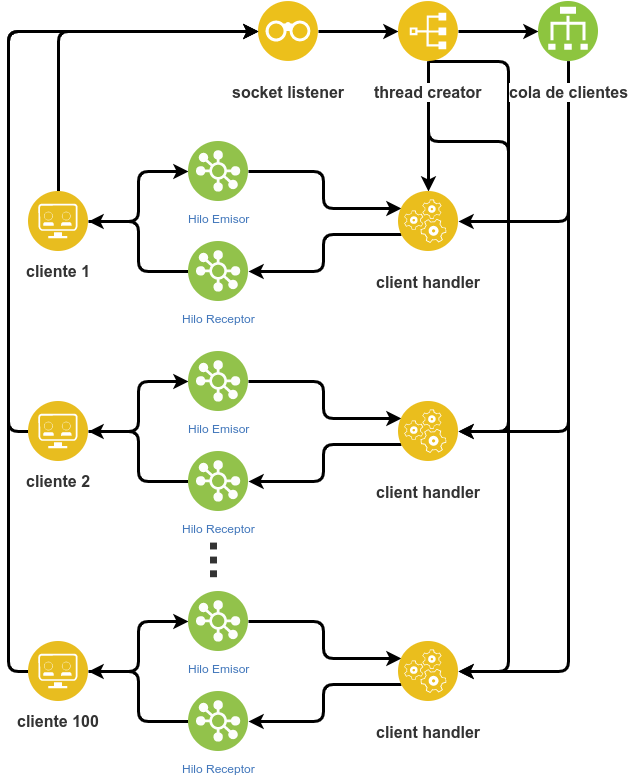
Before: media/Sala de chat en C-esquema del sistema.png, a diagram exported from draw.io (MrRomo/C-Chatroom). Source tidied: cells renumbered, new cells last; positions are measured from the earlier drawing's top-left corner, leaving out a move shared by most shapes. The source it was exported from:
```xml
<mxGraphModel>
  <root>
    <mxCell id="0" />
    <mxCell id="1" parent="0" />
    <mxCell id="2" style="edgeStyle=orthogonalEdgeStyle;jettySize=auto;html=1;exitX=1;exitY=0.5;exitDx=0;exitDy=0;entryX=0;entryY=0.25;entryDx=0;entryDy=0;strokeWidth=3;fontSize=16;fontColor=#333333;" parent="1" edge="1" source="19" target="14">
      <mxGeometry relative="1" as="geometry" />
    </mxCell>
    <mxCell id="3" style="edgeStyle=orthogonalEdgeStyle;jettySize=auto;html=1;exitX=1;exitY=0.5;exitDx=0;exitDy=0;strokeWidth=3;fontSize=16;fontColor=#333333;" parent="1" edge="1" source="5" target="19">
      <mxGeometry relative="1" as="geometry" />
    </mxCell>
    <mxCell id="4" style="edgeStyle=orthogonalEdgeStyle;jettySize=auto;html=1;exitX=0.5;exitY=0;exitDx=0;exitDy=0;entryX=0;entryY=0.5;entryDx=0;entryDy=0;strokeWidth=3;fontSize=16;fontColor=#333333;" parent="1" edge="1" source="5" target="7">
      <mxGeometry relative="1" as="geometry" />
    </mxCell>
    <mxCell id="5" value="cliente 1" style="perimeter=ellipsePerimeter;html=1;align=center;shadow=0;dashed=0;fontColor=#333333;labelBackgroundColor=#ffffff;fontSize=16;spacingTop=3;image;image=img/lib/ibm/applications/api_developer_portal.svg;fontStyle=1;" parent="1" vertex="1">
      <mxGeometry y="190" width="60" height="60" as="geometry" />
    </mxCell>
    <mxCell id="6" style="edgeStyle=orthogonalEdgeStyle;rounded=1;jettySize=auto;html=1;exitX=1;exitY=0.5;exitDx=0;exitDy=0;strokeWidth=3;fontSize=16;fontColor=#333333;fontStyle=1;" parent="1" edge="1" source="7" target="12">
      <mxGeometry relative="1" as="geometry" />
    </mxCell>
    <mxCell id="7" value="socket listener" style="perimeter=ellipsePerimeter;html=1;align=center;fontColor=#333333;labelBackgroundColor=#ffffff;fontSize=16;image;image=img/lib/ibm/applications/visual_recognition.svg;rounded=1;fontStyle=1;verticalAlign=middle;strokeWidth=3;endArrow=classic;" parent="1" vertex="1">
      <mxGeometry x="230" width="60" height="60" as="geometry" />
    </mxCell>
    <mxCell id="8" style="edgeStyle=orthogonalEdgeStyle;rounded=1;jettySize=auto;html=1;exitX=0.5;exitY=1;exitDx=0;exitDy=0;entryX=0.5;entryY=0;entryDx=0;entryDy=0;strokeWidth=3;fontSize=16;fontColor=#333333;fontStyle=1;" parent="1" edge="1" source="12" target="14">
      <mxGeometry relative="1" as="geometry" />
    </mxCell>
    <mxCell id="9" style="edgeStyle=orthogonalEdgeStyle;rounded=1;jettySize=auto;html=1;exitX=1;exitY=0.5;exitDx=0;exitDy=0;entryX=0;entryY=0.5;entryDx=0;entryDy=0;strokeWidth=3;fontSize=16;fontColor=#333333;fontStyle=1;" parent="1" edge="1" source="12" target="18">
      <mxGeometry relative="1" as="geometry" />
    </mxCell>
    <mxCell id="10" style="edgeStyle=orthogonalEdgeStyle;jettySize=auto;html=1;exitX=0.5;exitY=1;exitDx=0;exitDy=0;entryX=1;entryY=0.5;entryDx=0;entryDy=0;strokeWidth=3;fontSize=16;fontColor=#333333;" parent="1" edge="1" source="12" target="27">
      <mxGeometry relative="1" as="geometry">
        <Array as="points">
          <mxPoint x="400" y="140" />
          <mxPoint x="480" y="140" />
          <mxPoint x="480" y="430" />
        </Array>
      </mxGeometry>
    </mxCell>
    <mxCell id="11" style="edgeStyle=orthogonalEdgeStyle;jettySize=auto;html=1;exitX=0.5;exitY=1;exitDx=0;exitDy=0;strokeWidth=3;fontSize=50;fontColor=#333333;" parent="1" edge="1" source="12" target="36">
      <mxGeometry relative="1" as="geometry">
        <Array as="points">
          <mxPoint x="480" y="60" />
          <mxPoint x="480" y="670" />
        </Array>
      </mxGeometry>
    </mxCell>
    <mxCell id="12" value="thread creator" style="perimeter=ellipsePerimeter;html=1;align=center;fontColor=#333333;labelBackgroundColor=#ffffff;fontSize=16;image;image=img/lib/ibm/applications/index.svg;rounded=1;fontStyle=1;verticalAlign=middle;strokeWidth=3;endArrow=classic;" parent="1" vertex="1">
      <mxGeometry x="370" width="60" height="60" as="geometry" />
    </mxCell>
    <mxCell id="13" style="edgeStyle=orthogonalEdgeStyle;jettySize=auto;html=1;exitX=0;exitY=0.75;exitDx=0;exitDy=0;strokeWidth=3;fontSize=16;fontColor=#333333;" parent="1" edge="1" source="14" target="21">
      <mxGeometry relative="1" as="geometry" />
    </mxCell>
    <mxCell id="14" value="client handler" style="perimeter=ellipsePerimeter;html=1;align=center;fontColor=#333333;labelBackgroundColor=#ffffff;fontSize=16;image;image=img/lib/ibm/applications/runtime_services.svg;rounded=1;fontStyle=1;verticalAlign=middle;strokeWidth=3;endArrow=classic;" parent="1" vertex="1">
      <mxGeometry x="370" y="190" width="60" height="60" as="geometry" />
    </mxCell>
    <mxCell id="15" style="edgeStyle=orthogonalEdgeStyle;jettySize=auto;html=1;exitX=0.5;exitY=1;exitDx=0;exitDy=0;entryX=1;entryY=0.5;entryDx=0;entryDy=0;strokeWidth=3;fontSize=50;fontColor=#333333;" parent="1" edge="1" source="18" target="14">
      <mxGeometry relative="1" as="geometry" />
    </mxCell>
    <mxCell id="16" style="edgeStyle=orthogonalEdgeStyle;jettySize=auto;html=1;exitX=0.5;exitY=1;exitDx=0;exitDy=0;entryX=1;entryY=0.5;entryDx=0;entryDy=0;strokeWidth=3;fontSize=50;fontColor=#333333;" parent="1" edge="1" source="18" target="27">
      <mxGeometry relative="1" as="geometry" />
    </mxCell>
    <mxCell id="17" style="edgeStyle=orthogonalEdgeStyle;jettySize=auto;html=1;exitX=0.5;exitY=1;exitDx=0;exitDy=0;entryX=1;entryY=0.5;entryDx=0;entryDy=0;strokeWidth=3;fontSize=50;fontColor=#333333;" parent="1" edge="1" source="18" target="36">
      <mxGeometry relative="1" as="geometry" />
    </mxCell>
    <mxCell id="18" value="cola de clientes" style="perimeter=ellipsePerimeter;html=1;align=center;fontColor=#333333;labelBackgroundColor=#ffffff;fontSize=16;image;image=img/lib/ibm/vpc/LoadBalancer.svg;rounded=1;fontStyle=1;verticalAlign=middle;strokeWidth=3;endArrow=classic;" parent="1" vertex="1">
      <mxGeometry x="510" width="60" height="60" as="geometry" />
    </mxCell>
    <mxCell id="19" value="Hilo Emisor" style="perimeter=ellipsePerimeter;html=1;align=center;shadow=0;dashed=0;fontColor=#4277BB;labelBackgroundColor=#ffffff;fontSize=12;spacingTop=3;image;image=img/lib/ibm/vpc/LoadBalancerPool.svg;" parent="1" vertex="1">
      <mxGeometry x="160" y="140" width="60" height="60" as="geometry" />
    </mxCell>
    <mxCell id="20" style="edgeStyle=orthogonalEdgeStyle;jettySize=auto;html=1;exitX=0;exitY=0.5;exitDx=0;exitDy=0;entryX=1;entryY=0.5;entryDx=0;entryDy=0;strokeWidth=3;fontSize=16;fontColor=#333333;" parent="1" edge="1" source="21" target="5">
      <mxGeometry relative="1" as="geometry" />
    </mxCell>
    <mxCell id="21" value="Hilo Receptor" style="perimeter=ellipsePerimeter;html=1;align=center;shadow=0;dashed=0;fontColor=#4277BB;labelBackgroundColor=#ffffff;fontSize=12;spacingTop=3;image;image=img/lib/ibm/vpc/LoadBalancerPool.svg;" parent="1" vertex="1">
      <mxGeometry x="160" y="240" width="60" height="60" as="geometry" />
    </mxCell>
    <mxCell id="22" style="edgeStyle=orthogonalEdgeStyle;jettySize=auto;html=1;exitX=1;exitY=0.5;exitDx=0;exitDy=0;entryX=0;entryY=0.25;entryDx=0;entryDy=0;strokeWidth=3;fontSize=16;fontColor=#333333;" parent="1" edge="1" source="28" target="27">
      <mxGeometry relative="1" as="geometry" />
    </mxCell>
    <mxCell id="23" style="edgeStyle=orthogonalEdgeStyle;jettySize=auto;html=1;exitX=1;exitY=0.5;exitDx=0;exitDy=0;strokeWidth=3;fontSize=16;fontColor=#333333;" parent="1" edge="1" source="25" target="28">
      <mxGeometry relative="1" as="geometry" />
    </mxCell>
    <mxCell id="24" style="edgeStyle=orthogonalEdgeStyle;jettySize=auto;html=1;exitX=0;exitY=0.5;exitDx=0;exitDy=0;entryX=0;entryY=0.5;entryDx=0;entryDy=0;strokeWidth=3;fontSize=16;fontColor=#333333;" parent="1" edge="1" source="25" target="7">
      <mxGeometry relative="1" as="geometry" />
    </mxCell>
    <mxCell id="25" value="cliente 2" style="perimeter=ellipsePerimeter;html=1;align=center;shadow=0;dashed=0;fontColor=#333333;labelBackgroundColor=#ffffff;fontSize=16;spacingTop=3;image;image=img/lib/ibm/applications/api_developer_portal.svg;fontStyle=1;" parent="1" vertex="1">
      <mxGeometry y="400" width="60" height="60" as="geometry" />
    </mxCell>
    <mxCell id="26" style="edgeStyle=orthogonalEdgeStyle;jettySize=auto;html=1;exitX=0;exitY=0.75;exitDx=0;exitDy=0;strokeWidth=3;fontSize=16;fontColor=#333333;" parent="1" edge="1" source="27" target="30">
      <mxGeometry relative="1" as="geometry" />
    </mxCell>
    <mxCell id="27" value="client handler" style="perimeter=ellipsePerimeter;html=1;align=center;fontColor=#333333;labelBackgroundColor=#ffffff;fontSize=16;image;image=img/lib/ibm/applications/runtime_services.svg;rounded=1;fontStyle=1;verticalAlign=middle;strokeWidth=3;endArrow=classic;" parent="1" vertex="1">
      <mxGeometry x="370" y="400" width="60" height="60" as="geometry" />
    </mxCell>
    <mxCell id="28" value="Hilo Emisor" style="perimeter=ellipsePerimeter;html=1;align=center;shadow=0;dashed=0;fontColor=#4277BB;labelBackgroundColor=#ffffff;fontSize=12;spacingTop=3;image;image=img/lib/ibm/vpc/LoadBalancerPool.svg;" parent="1" vertex="1">
      <mxGeometry x="160" y="350" width="60" height="60" as="geometry" />
    </mxCell>
    <mxCell id="29" style="edgeStyle=orthogonalEdgeStyle;jettySize=auto;html=1;exitX=0;exitY=0.5;exitDx=0;exitDy=0;entryX=1;entryY=0.5;entryDx=0;entryDy=0;strokeWidth=3;fontSize=16;fontColor=#333333;" parent="1" edge="1" source="30" target="25">
      <mxGeometry relative="1" as="geometry" />
    </mxCell>
    <mxCell id="30" value="Hilo Receptor" style="perimeter=ellipsePerimeter;html=1;align=center;shadow=0;dashed=0;fontColor=#4277BB;labelBackgroundColor=#ffffff;fontSize=12;spacingTop=3;image;image=img/lib/ibm/vpc/LoadBalancerPool.svg;" parent="1" vertex="1">
      <mxGeometry x="160" y="450" width="60" height="60" as="geometry" />
    </mxCell>
    <mxCell id="31" style="edgeStyle=orthogonalEdgeStyle;jettySize=auto;html=1;exitX=1;exitY=0.5;exitDx=0;exitDy=0;entryX=0;entryY=0.25;entryDx=0;entryDy=0;strokeWidth=3;fontSize=16;fontColor=#333333;" parent="1" edge="1" source="37" target="36">
      <mxGeometry relative="1" as="geometry" />
    </mxCell>
    <mxCell id="32" style="edgeStyle=orthogonalEdgeStyle;jettySize=auto;html=1;exitX=1;exitY=0.5;exitDx=0;exitDy=0;strokeWidth=3;fontSize=16;fontColor=#333333;" parent="1" edge="1" source="34" target="37">
      <mxGeometry relative="1" as="geometry" />
    </mxCell>
    <mxCell id="33" style="edgeStyle=orthogonalEdgeStyle;jettySize=auto;html=1;exitX=0;exitY=0.5;exitDx=0;exitDy=0;strokeWidth=3;fontSize=50;fontColor=#333333;entryX=0;entryY=0.5;entryDx=0;entryDy=0;" parent="1" edge="1" source="34" target="7">
      <mxGeometry relative="1" as="geometry" />
    </mxCell>
    <mxCell id="34" value="cliente 100" style="perimeter=ellipsePerimeter;html=1;align=center;shadow=0;dashed=0;fontColor=#333333;labelBackgroundColor=#ffffff;fontSize=16;spacingTop=3;image;image=img/lib/ibm/applications/api_developer_portal.svg;fontStyle=1;" parent="1" vertex="1">
      <mxGeometry y="640" width="60" height="60" as="geometry" />
    </mxCell>
    <mxCell id="35" style="edgeStyle=orthogonalEdgeStyle;jettySize=auto;html=1;exitX=0;exitY=0.75;exitDx=0;exitDy=0;strokeWidth=3;fontSize=16;fontColor=#333333;" parent="1" edge="1" source="36" target="39">
      <mxGeometry relative="1" as="geometry" />
    </mxCell>
    <mxCell id="36" value="client handler" style="perimeter=ellipsePerimeter;html=1;align=center;fontColor=#333333;labelBackgroundColor=#ffffff;fontSize=16;image;image=img/lib/ibm/applications/runtime_services.svg;rounded=1;fontStyle=1;verticalAlign=middle;strokeWidth=3;endArrow=classic;" parent="1" vertex="1">
      <mxGeometry x="370" y="640" width="60" height="60" as="geometry" />
    </mxCell>
    <mxCell id="37" value="Hilo Emisor" style="perimeter=ellipsePerimeter;html=1;align=center;shadow=0;dashed=0;fontColor=#4277BB;labelBackgroundColor=#ffffff;fontSize=12;spacingTop=3;image;image=img/lib/ibm/vpc/LoadBalancerPool.svg;" parent="1" vertex="1">
      <mxGeometry x="160" y="590" width="60" height="60" as="geometry" />
    </mxCell>
    <mxCell id="38" style="edgeStyle=orthogonalEdgeStyle;jettySize=auto;html=1;exitX=0;exitY=0.5;exitDx=0;exitDy=0;entryX=1;entryY=0.5;entryDx=0;entryDy=0;strokeWidth=3;fontSize=16;fontColor=#333333;" parent="1" edge="1" source="39" target="34">
      <mxGeometry relative="1" as="geometry" />
    </mxCell>
    <mxCell id="39" value="Hilo Receptor" style="perimeter=ellipsePerimeter;html=1;align=center;shadow=0;dashed=0;fontColor=#4277BB;labelBackgroundColor=#ffffff;fontSize=12;spacingTop=3;image;image=img/lib/ibm/vpc/LoadBalancerPool.svg;" parent="1" vertex="1">
      <mxGeometry x="160" y="690" width="60" height="60" as="geometry" />
    </mxCell>
    <mxCell id="40" value="..." style="text;html=1;align=center;verticalAlign=middle;fontSize=50;fontColor=#333333;rotation=90;fontStyle=1;" parent="1" vertex="1">
      <mxGeometry x="170" y="524" width="60" height="70" as="geometry" />
    </mxCell>
  </root>
</mxGraphModel>
```
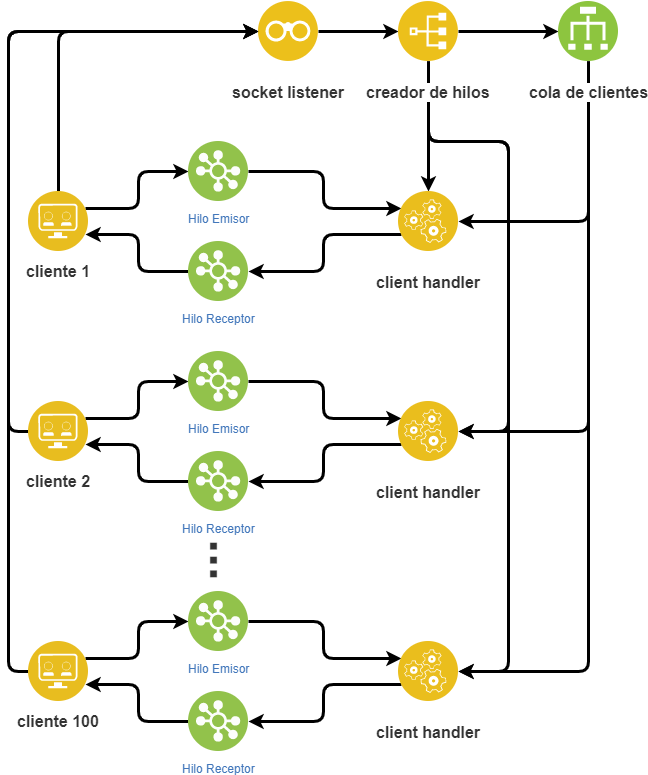
Above is the later version.

The edit, as a diff of the source:
```diff
@@ -5,7 +5,7 @@
     <mxCell id="2" style="edgeStyle=orthogonalEdgeStyle;jettySize=auto;html=1;exitX=1;exitY=0.5;exitDx=0;exitDy=0;entryX=0;entryY=0.25;entryDx=0;entryDy=0;strokeWidth=3;fontSize=16;fontColor=#333333;" parent="1" edge="1" source="19" target="14">
       <mxGeometry relative="1" as="geometry" />
     </mxCell>
-    <mxCell id="3" style="edgeStyle=orthogonalEdgeStyle;jettySize=auto;html=1;exitX=1;exitY=0.5;exitDx=0;exitDy=0;strokeWidth=3;fontSize=16;fontColor=#333333;" parent="1" edge="1" source="5" target="19">
+    <mxCell id="3" style="edgeStyle=orthogonalEdgeStyle;jettySize=auto;html=1;exitX=1;exitY=0.25;exitDx=0;exitDy=0;strokeWidth=3;fontSize=16;fontColor=#333333;" parent="1" edge="1" source="5" target="19">
       <mxGeometry relative="1" as="geometry" />
     </mxCell>
     <mxCell id="4" style="edgeStyle=orthogonalEdgeStyle;jettySize=auto;html=1;exitX=0.5;exitY=0;exitDx=0;exitDy=0;entryX=0;entryY=0.5;entryDx=0;entryDy=0;strokeWidth=3;fontSize=16;fontColor=#333333;" parent="1" edge="1" source="5" target="7">
@@ -38,12 +38,13 @@
     <mxCell id="11" style="edgeStyle=orthogonalEdgeStyle;jettySize=auto;html=1;exitX=0.5;exitY=1;exitDx=0;exitDy=0;strokeWidth=3;fontSize=50;fontColor=#333333;" parent="1" edge="1" source="12" target="36">
       <mxGeometry relative="1" as="geometry">
         <Array as="points">
-          <mxPoint x="480" y="60" />
+          <mxPoint x="400" y="140" />
+          <mxPoint x="480" y="140" />
           <mxPoint x="480" y="670" />
         </Array>
       </mxGeometry>
     </mxCell>
-    <mxCell id="12" value="thread creator" style="perimeter=ellipsePerimeter;html=1;align=center;fontColor=#333333;labelBackgroundColor=#ffffff;fontSize=16;image;image=img/lib/ibm/applications/index.svg;rounded=1;fontStyle=1;verticalAlign=middle;strokeWidth=3;endArrow=classic;" parent="1" vertex="1">
+    <mxCell id="12" value="creador de hilos" style="perimeter=ellipsePerimeter;html=1;align=center;fontColor=#333333;labelBackgroundColor=#ffffff;fontSize=16;image;image=img/lib/ibm/applications/index.svg;rounded=1;fontStyle=1;verticalAlign=middle;strokeWidth=3;endArrow=classic;" parent="1" vertex="1">
       <mxGeometry x="370" width="60" height="60" as="geometry" />
     </mxCell>
     <mxCell id="13" style="edgeStyle=orthogonalEdgeStyle;jettySize=auto;html=1;exitX=0;exitY=0.75;exitDx=0;exitDy=0;strokeWidth=3;fontSize=16;fontColor=#333333;" parent="1" edge="1" source="14" target="21">
@@ -62,12 +63,12 @@
       <mxGeometry relative="1" as="geometry" />
     </mxCell>
     <mxCell id="18" value="cola de clientes" style="perimeter=ellipsePerimeter;html=1;align=center;fontColor=#333333;labelBackgroundColor=#ffffff;fontSize=16;image;image=img/lib/ibm/vpc/LoadBalancer.svg;rounded=1;fontStyle=1;verticalAlign=middle;strokeWidth=3;endArrow=classic;" parent="1" vertex="1">
-      <mxGeometry x="510" width="60" height="60" as="geometry" />
+      <mxGeometry x="530" width="60" height="60" as="geometry" />
     </mxCell>
     <mxCell id="19" value="Hilo Emisor" style="perimeter=ellipsePerimeter;html=1;align=center;shadow=0;dashed=0;fontColor=#4277BB;labelBackgroundColor=#ffffff;fontSize=12;spacingTop=3;image;image=img/lib/ibm/vpc/LoadBalancerPool.svg;" parent="1" vertex="1">
       <mxGeometry x="160" y="140" width="60" height="60" as="geometry" />
     </mxCell>
-    <mxCell id="20" style="edgeStyle=orthogonalEdgeStyle;jettySize=auto;html=1;exitX=0;exitY=0.5;exitDx=0;exitDy=0;entryX=1;entryY=0.5;entryDx=0;entryDy=0;strokeWidth=3;fontSize=16;fontColor=#333333;" parent="1" edge="1" source="21" target="5">
+    <mxCell id="20" style="edgeStyle=orthogonalEdgeStyle;jettySize=auto;html=1;exitX=0;exitY=0.5;exitDx=0;exitDy=0;entryX=1;entryY=0.75;entryDx=0;entryDy=0;strokeWidth=3;fontSize=16;fontColor=#333333;" parent="1" edge="1" source="21" target="5">
       <mxGeometry relative="1" as="geometry" />
     </mxCell>
     <mxCell id="21" value="Hilo Receptor" style="perimeter=ellipsePerimeter;html=1;align=center;shadow=0;dashed=0;fontColor=#4277BB;labelBackgroundColor=#ffffff;fontSize=12;spacingTop=3;image;image=img/lib/ibm/vpc/LoadBalancerPool.svg;" parent="1" vertex="1">
@@ -76,7 +77,7 @@
     <mxCell id="22" style="edgeStyle=orthogonalEdgeStyle;jettySize=auto;html=1;exitX=1;exitY=0.5;exitDx=0;exitDy=0;entryX=0;entryY=0.25;entryDx=0;entryDy=0;strokeWidth=3;fontSize=16;fontColor=#333333;" parent="1" edge="1" source="28" target="27">
       <mxGeometry relative="1" as="geometry" />
     </mxCell>
-    <mxCell id="23" style="edgeStyle=orthogonalEdgeStyle;jettySize=auto;html=1;exitX=1;exitY=0.5;exitDx=0;exitDy=0;strokeWidth=3;fontSize=16;fontColor=#333333;" parent="1" edge="1" source="25" target="28">
+    <mxCell id="23" style="edgeStyle=orthogonalEdgeStyle;jettySize=auto;html=1;exitX=1;exitY=0.25;exitDx=0;exitDy=0;strokeWidth=3;fontSize=16;fontColor=#333333;" parent="1" edge="1" source="25" target="28">
       <mxGeometry relative="1" as="geometry" />
     </mxCell>
     <mxCell id="24" style="edgeStyle=orthogonalEdgeStyle;jettySize=auto;html=1;exitX=0;exitY=0.5;exitDx=0;exitDy=0;entryX=0;entryY=0.5;entryDx=0;entryDy=0;strokeWidth=3;fontSize=16;fontColor=#333333;" parent="1" edge="1" source="25" target="7">
@@ -94,7 +95,7 @@
     <mxCell id="28" value="Hilo Emisor" style="perimeter=ellipsePerimeter;html=1;align=center;shadow=0;dashed=0;fontColor=#4277BB;labelBackgroundColor=#ffffff;fontSize=12;spacingTop=3;image;image=img/lib/ibm/vpc/LoadBalancerPool.svg;" parent="1" vertex="1">
       <mxGeometry x="160" y="350" width="60" height="60" as="geometry" />
     </mxCell>
-    <mxCell id="29" style="edgeStyle=orthogonalEdgeStyle;jettySize=auto;html=1;exitX=0;exitY=0.5;exitDx=0;exitDy=0;entryX=1;entryY=0.5;entryDx=0;entryDy=0;strokeWidth=3;fontSize=16;fontColor=#333333;" parent="1" edge="1" source="30" target="25">
+    <mxCell id="29" style="edgeStyle=orthogonalEdgeStyle;jettySize=auto;html=1;exitX=0;exitY=0.5;exitDx=0;exitDy=0;entryX=1;entryY=0.75;entryDx=0;entryDy=0;strokeWidth=3;fontSize=16;fontColor=#333333;" parent="1" edge="1" source="30" target="25">
       <mxGeometry relative="1" as="geometry" />
     </mxCell>
     <mxCell id="30" value="Hilo Receptor" style="perimeter=ellipsePerimeter;html=1;align=center;shadow=0;dashed=0;fontColor=#4277BB;labelBackgroundColor=#ffffff;fontSize=12;spacingTop=3;image;image=img/lib/ibm/vpc/LoadBalancerPool.svg;" parent="1" vertex="1">
@@ -103,7 +104,7 @@
     <mxCell id="31" style="edgeStyle=orthogonalEdgeStyle;jettySize=auto;html=1;exitX=1;exitY=0.5;exitDx=0;exitDy=0;entryX=0;entryY=0.25;entryDx=0;entryDy=0;strokeWidth=3;fontSize=16;fontColor=#333333;" parent="1" edge="1" source="37" target="36">
       <mxGeometry relative="1" as="geometry" />
     </mxCell>
-    <mxCell id="32" style="edgeStyle=orthogonalEdgeStyle;jettySize=auto;html=1;exitX=1;exitY=0.5;exitDx=0;exitDy=0;strokeWidth=3;fontSize=16;fontColor=#333333;" parent="1" edge="1" source="34" target="37">
+    <mxCell id="32" style="edgeStyle=orthogonalEdgeStyle;jettySize=auto;html=1;exitX=1;exitY=0.25;exitDx=0;exitDy=0;strokeWidth=3;fontSize=16;fontColor=#333333;" parent="1" edge="1" source="34" target="37">
       <mxGeometry relative="1" as="geometry" />
     </mxCell>
     <mxCell id="33" style="edgeStyle=orthogonalEdgeStyle;jettySize=auto;html=1;exitX=0;exitY=0.5;exitDx=0;exitDy=0;strokeWidth=3;fontSize=50;fontColor=#333333;entryX=0;entryY=0.5;entryDx=0;entryDy=0;" parent="1" edge="1" source="34" target="7">
@@ -121,7 +122,7 @@
     <mxCell id="37" value="Hilo Emisor" style="perimeter=ellipsePerimeter;html=1;align=center;shadow=0;dashed=0;fontColor=#4277BB;labelBackgroundColor=#ffffff;fontSize=12;spacingTop=3;image;image=img/lib/ibm/vpc/LoadBalancerPool.svg;" parent="1" vertex="1">
       <mxGeometry x="160" y="590" width="60" height="60" as="geometry" />
     </mxCell>
-    <mxCell id="38" style="edgeStyle=orthogonalEdgeStyle;jettySize=auto;html=1;exitX=0;exitY=0.5;exitDx=0;exitDy=0;entryX=1;entryY=0.5;entryDx=0;entryDy=0;strokeWidth=3;fontSize=16;fontColor=#333333;" parent="1" edge="1" source="39" target="34">
+    <mxCell id="38" style="edgeStyle=orthogonalEdgeStyle;jettySize=auto;html=1;exitX=0;exitY=0.5;exitDx=0;exitDy=0;entryX=1;entryY=0.75;entryDx=0;entryDy=0;strokeWidth=3;fontSize=16;fontColor=#333333;" parent="1" edge="1" source="39" target="34">
       <mxGeometry relative="1" as="geometry" />
     </mxCell>
     <mxCell id="39" value="Hilo Receptor" style="perimeter=ellipsePerimeter;html=1;align=center;shadow=0;dashed=0;fontColor=#4277BB;labelBackgroundColor=#ffffff;fontSize=12;spacingTop=3;image;image=img/lib/ibm/vpc/LoadBalancerPool.svg;" parent="1" vertex="1">
```
